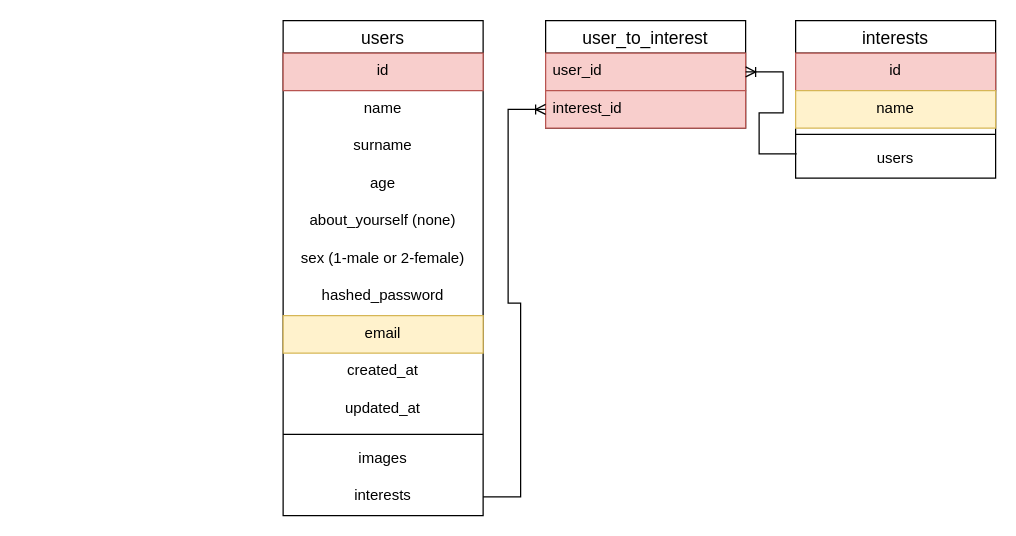
Above: Diagram/Untitled Diagram.drawio in andrey-blight/ademy (draw.io), before the change. Source tidied: cells renumbered, new cells numbered last; positions are measured from the earlier drawing's top-left corner, leaving out a move shared by most shapes. Both pictures are drawn from the tidied source at 125%, with x=0, y=0 at pixel (282, 20).
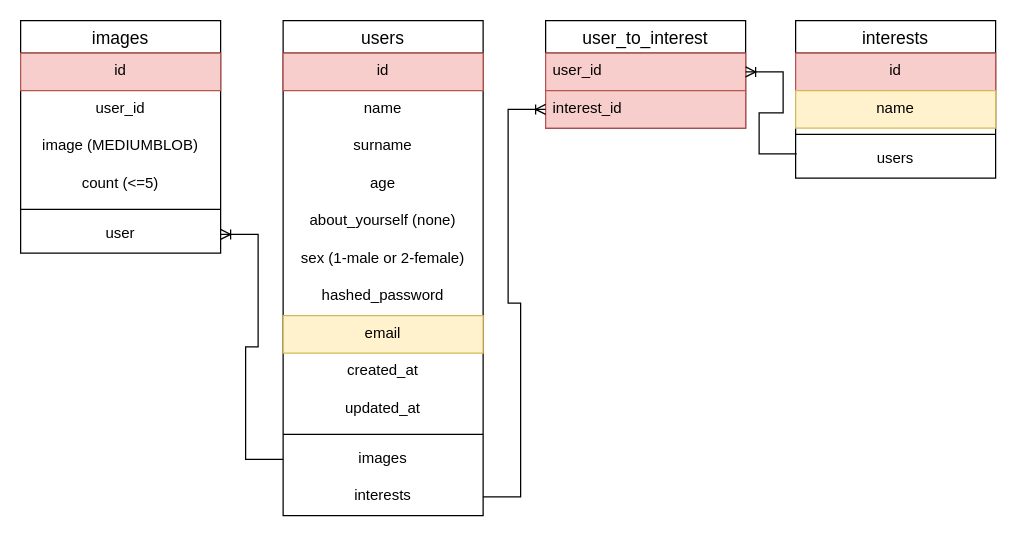
Above is the later version.

The change refers to these unchanged cells:
```xml
<mxCell id="14" value="images" style="text;spacingLeft=4;spacingRight=4;overflow=hidden;points=[[0,0.5],[1,0.5]];portConstraint=eastwest;fontSize=12;align=center;" parent="2" vertex="1">
  <mxGeometry y="336" width="160" height="30" as="geometry" />
</mxCell>
```

Change to the diagram source:
```diff
@@
+    <mxCell id="26" value="images" style="swimlane;fontStyle=0;horizontal=1;startSize=26;align=center;fontSize=14;" parent="1" vertex="1">
+      <mxGeometry x="-210" width="160" height="186" as="geometry" />
+    </mxCell>
+    <mxCell id="27" value="id" style="text;strokeColor=#b85450;fillColor=#f8cecc;spacingLeft=4;spacingRight=4;overflow=hidden;fontSize=12;align=center;" parent="26" vertex="1">
+      <mxGeometry y="26" width="160" height="30" as="geometry" />
+    </mxCell>
+    <mxCell id="28" value="user_id" style="text;strokeColor=none;fillColor=none;spacingLeft=4;spacingRight=4;overflow=hidden;fontSize=12;align=center;" parent="26" vertex="1">
+      <mxGeometry y="56" width="160" height="30" as="geometry" />
+    </mxCell>
+    <mxCell id="29" value="image (MEDIUMBLOB)" style="text;strokeColor=none;fillColor=none;spacingLeft=4;spacingRight=4;overflow=hidden;fontSize=12;align=center;" parent="26" vertex="1">
+      <mxGeometry y="86" width="160" height="30" as="geometry" />
+    </mxCell>
+    <mxCell id="30" value="count (&lt;=5)" style="text;strokeColor=none;fillColor=none;spacingLeft=4;spacingRight=4;overflow=hidden;fontSize=12;align=center;" parent="26" vertex="1">
+      <mxGeometry y="116" width="160" height="30" as="geometry" />
+    </mxCell>
+    <mxCell id="31" style="line;strokeWidth=1;dashed=0;labelPosition=right;align=left;verticalAlign=middle;spacingTop=0;spacingLeft=6;" parent="26" vertex="1">
+      <mxGeometry y="146" width="160" height="10" as="geometry" />
+    </mxCell>
+    <mxCell id="32" value="user" style="text;strokeColor=none;fillColor=none;spacingLeft=4;spacingRight=4;overflow=hidden;points=[[0,0.5],[1,0.5]];portConstraint=eastwest;fontSize=12;align=center;" parent="26" vertex="1">
+      <mxGeometry y="156" width="160" height="30" as="geometry" />
+    </mxCell>
+    <mxCell id="33" style="edgeStyle=entityRelationEdgeStyle;fontSize=12;html=1;endArrow=ERoneToMany;rounded=0;entryX=1;entryY=0.5;entryDx=0;entryDy=0;exitX=0;exitY=0.5;exitDx=0;exitDy=0;" parent="1" edge="1" source="14" target="32">
+      <mxGeometry relative="1" as="geometry" />
+    </mxCell>
```
